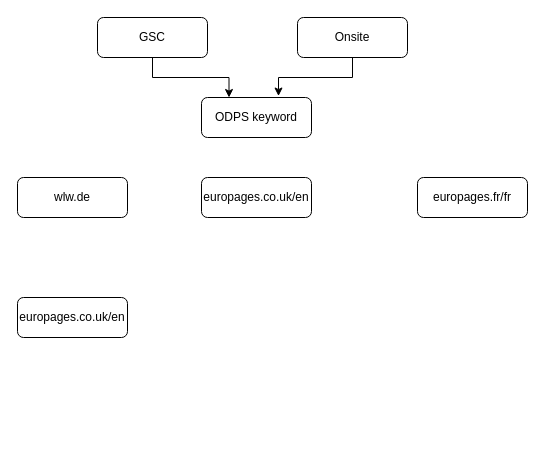
The draw.io diagram translate.drawio in VisableHarry/seo-drawio, before the edit. Source tidied: cells renumbered, new cells numbered last; positions are measured from the earlier drawing's top-left corner, leaving out a move shared by most shapes. Both pictures are drawn from the tidied source at 100%, with x=0, y=0 at pixel (17, 17).
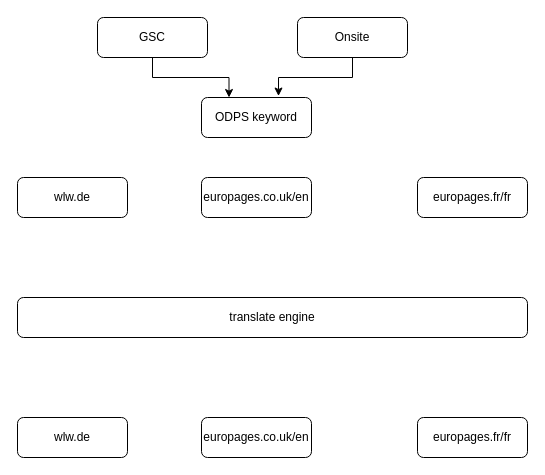
After the change.

Change to the diagram source:
```diff
@@
 <mxGraphModel>
   <root>
     <mxCell id="0" />
     <mxCell id="1" parent="0" />
     <mxCell id="2" value="ODPS keyword" style="rounded=1;whiteSpace=wrap;html=1;" parent="1" vertex="1">
       <mxGeometry x="184" y="80" width="110" height="40" as="geometry" />
     </mxCell>
     <mxCell id="3" style="edgeStyle=orthogonalEdgeStyle;rounded=0;jettySize=auto;html=1;exitX=0.5;exitY=1;exitDx=0;exitDy=0;entryX=0.25;entryY=0;entryDx=0;entryDy=0;" parent="1" edge="1" source="4" target="2">
       <mxGeometry relative="1" as="geometry" />
     </mxCell>
     <mxCell id="4" value="GSC" style="rounded=1;whiteSpace=wrap;html=1;" parent="1" vertex="1">
       <mxGeometry x="80" width="110" height="40" as="geometry" />
     </mxCell>
     <mxCell id="5" value="Onsite" style="rounded=1;whiteSpace=wrap;html=1;" parent="1" vertex="1">
       <mxGeometry x="280" width="110" height="40" as="geometry" />
     </mxCell>
     <mxCell id="6" style="edgeStyle=orthogonalEdgeStyle;rounded=0;jettySize=auto;html=1;exitX=0.5;exitY=1;exitDx=0;exitDy=0;entryX=0.7;entryY=-0.037;entryDx=0;entryDy=0;entryPerimeter=0;" parent="1" edge="1" source="5" target="2">
       <mxGeometry relative="1" as="geometry" />
     </mxCell>
     <mxCell id="7" value="wlw.de" style="rounded=1;whiteSpace=wrap;html=1;" parent="1" vertex="1">
       <mxGeometry y="160" width="110" height="40" as="geometry" />
     </mxCell>
     <mxCell id="8" value="europages.co.uk/en" style="rounded=1;whiteSpace=wrap;html=1;" parent="1" vertex="1">
       <mxGeometry x="184" y="160" width="110" height="40" as="geometry" />
     </mxCell>
     <mxCell id="9" value="europages.fr/fr" style="rounded=1;whiteSpace=wrap;html=1;" parent="1" vertex="1">
       <mxGeometry x="400" y="160" width="110" height="40" as="geometry" />
     </mxCell>
-    <mxCell id="10" value="europages.co.uk/en" style="rounded=1;whiteSpace=wrap;html=1;" parent="1" vertex="1">
-      <mxGeometry y="280" width="110" height="40" as="geometry" />
+    <mxCell id="10" value="translate engine" style="rounded=1;whiteSpace=wrap;html=1;" parent="1" vertex="1">
+      <mxGeometry y="280" width="510" height="40" as="geometry" />
     </mxCell>
+    <mxCell id="11" value="wlw.de" style="rounded=1;whiteSpace=wrap;html=1;" parent="1" vertex="1">
+      <mxGeometry y="400" width="110" height="40" as="geometry" />
+    </mxCell>
+    <mxCell id="12" value="europages.co.uk/en" style="rounded=1;whiteSpace=wrap;html=1;" parent="1" vertex="1">
+      <mxGeometry x="184" y="400" width="110" height="40" as="geometry" />
+    </mxCell>
+    <mxCell id="13" value="europages.fr/fr" style="rounded=1;whiteSpace=wrap;html=1;" parent="1" vertex="1">
+      <mxGeometry x="400" y="400" width="110" height="40" as="geometry" />
+    </mxCell>
   </root>
 </mxGraphModel>
```
